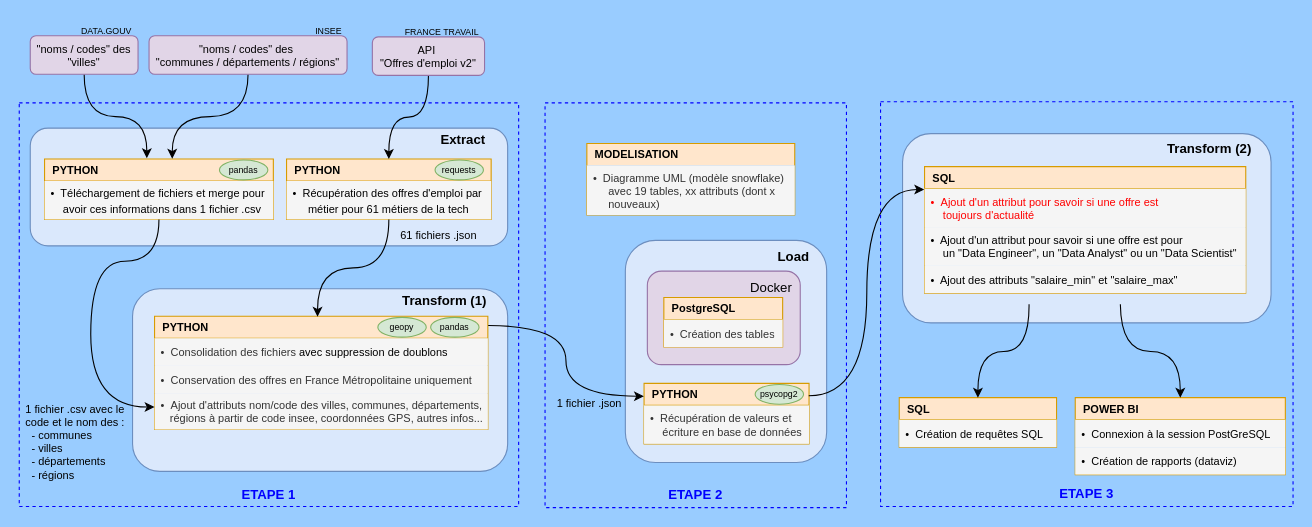
Earlier version of the draw.io diagram workflow.drawio (vimchun/Job-Market-in-France). Source tidied: cells renumbered, new cells numbered last; positions are measured from the earlier drawing's top-left corner, leaving out a move shared by most shapes. Both pictures are drawn from the tidied source at 110%, with x=0, y=0 at pixel (19, 19).
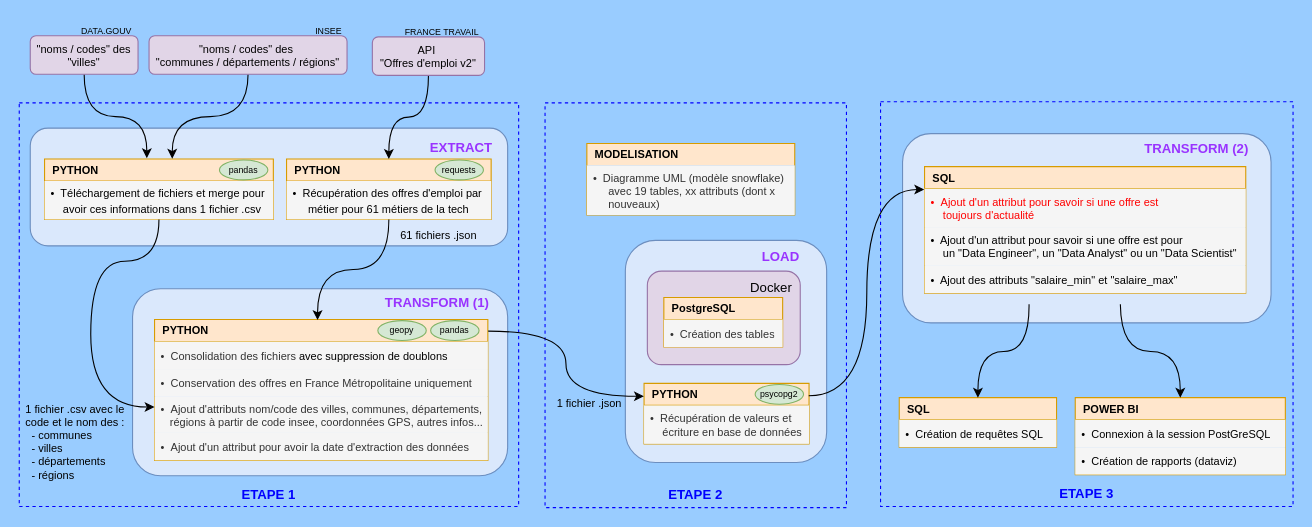
After the change.

Commit message (it also covers changes not shown here):
mise à jour du script sql, du diagramme uml, et du projet Power BI pour avoir la date d'extraction des données

Change to the diagram source:
```diff
@@
-    <mxCell id="3" value="&amp;nbsp; &amp;nbsp; &amp;nbsp; &amp;nbsp; &amp;nbsp; &amp;nbsp; &amp;nbsp; &amp;nbsp; &amp;nbsp; &amp;nbsp; &amp;nbsp; &amp;nbsp; &amp;nbsp; &amp;nbsp; &amp;nbsp; &amp;nbsp; &amp;nbsp; &amp;nbsp; &amp;nbsp;&lt;b&gt;Load&lt;/b&gt;&lt;div&gt;&lt;br&gt;&lt;/div&gt;&lt;div&gt;&lt;br&gt;&lt;/div&gt;&lt;div&gt;&lt;br&gt;&lt;/div&gt;&lt;div&gt;&lt;br&gt;&lt;/div&gt;&lt;div&gt;&lt;br&gt;&lt;/div&gt;&lt;div&gt;&lt;br&gt;&lt;/div&gt;&lt;div&gt;&lt;br&gt;&lt;/div&gt;&lt;div&gt;&lt;br&gt;&lt;/div&gt;&lt;div&gt;&lt;br&gt;&lt;/div&gt;&lt;div&gt;&lt;br&gt;&lt;/div&gt;&lt;div&gt;&lt;br&gt;&lt;/div&gt;&lt;div&gt;&lt;br&gt;&lt;/div&gt;" style="rounded=1;whiteSpace=wrap;html=1;fillColor=#dae8fc;strokeColor=#6c8ebf;" parent="1" vertex="1">
+    <mxCell id="3" value="&lt;font style=&quot;color: rgb(153, 51, 255);&quot;&gt;&amp;nbsp; &amp;nbsp; &amp;nbsp; &amp;nbsp; &amp;nbsp; &amp;nbsp; &amp;nbsp; &amp;nbsp; &amp;nbsp; &amp;nbsp; &amp;nbsp; &amp;nbsp; &amp;nbsp; &amp;nbsp; &amp;nbsp; &lt;b&gt;LOAD&lt;/b&gt;&lt;/font&gt;&lt;div&gt;&lt;font style=&quot;color: rgb(153, 51, 255);&quot;&gt;&lt;br&gt;&lt;/font&gt;&lt;/div&gt;&lt;div&gt;&lt;font style=&quot;color: rgb(153, 51, 255);&quot;&gt;&lt;br&gt;&lt;/font&gt;&lt;/div&gt;&lt;div&gt;&lt;font style=&quot;color: rgb(153, 51, 255);&quot;&gt;&lt;br&gt;&lt;/font&gt;&lt;/div&gt;&lt;div&gt;&lt;font style=&quot;color: rgb(153, 51, 255);&quot;&gt;&lt;br&gt;&lt;/font&gt;&lt;/div&gt;&lt;div&gt;&lt;font style=&quot;color: rgb(153, 51, 255);&quot;&gt;&lt;br&gt;&lt;/font&gt;&lt;/div&gt;&lt;div&gt;&lt;font style=&quot;color: rgb(153, 51, 255);&quot;&gt;&lt;br&gt;&lt;/font&gt;&lt;/div&gt;&lt;div&gt;&lt;font style=&quot;color: rgb(153, 51, 255);&quot;&gt;&lt;br&gt;&lt;/font&gt;&lt;/div&gt;&lt;div&gt;&lt;font style=&quot;color: rgb(153, 51, 255);&quot;&gt;&lt;br&gt;&lt;/font&gt;&lt;/div&gt;&lt;div&gt;&lt;font style=&quot;color: rgb(153, 51, 255);&quot;&gt;&lt;br&gt;&lt;/font&gt;&lt;/div&gt;&lt;div&gt;&lt;font style=&quot;color: rgb(153, 51, 255);&quot;&gt;&lt;br&gt;&lt;/font&gt;&lt;/div&gt;&lt;div&gt;&lt;font style=&quot;color: rgb(153, 51, 255);&quot;&gt;&lt;br&gt;&lt;/font&gt;&lt;/div&gt;&lt;div&gt;&lt;br&gt;&lt;/div&gt;" style="rounded=1;whiteSpace=wrap;html=1;fillColor=#dae8fc;strokeColor=#6c8ebf;" parent="1" vertex="1">
       <mxGeometry x="551" y="201" width="183" height="202" as="geometry" />
     </mxCell>
@@
-    <mxCell id="6" value="&lt;div&gt;&lt;br&gt;&lt;/div&gt;&amp;nbsp; &amp;nbsp; &amp;nbsp; &amp;nbsp; &amp;nbsp; &amp;nbsp; &amp;nbsp; &amp;nbsp; &amp;nbsp; &amp;nbsp; &amp;nbsp; &amp;nbsp; &amp;nbsp; &amp;nbsp; &amp;nbsp; &amp;nbsp; &amp;nbsp; &amp;nbsp; &amp;nbsp; &amp;nbsp; &amp;nbsp; &amp;nbsp; &amp;nbsp; &amp;nbsp; &amp;nbsp; &amp;nbsp; &amp;nbsp; &amp;nbsp; &amp;nbsp; &amp;nbsp; &amp;nbsp; &amp;nbsp; &amp;nbsp; &amp;nbsp; &lt;b&gt;Transform (1)&lt;/b&gt;&lt;div&gt;&lt;br&gt;&lt;/div&gt;&lt;div&gt;&lt;br&gt;&lt;/div&gt;&lt;div&gt;&lt;br&gt;&lt;/div&gt;&lt;div&gt;&lt;br&gt;&lt;/div&gt;&lt;div&gt;&lt;br&gt;&lt;/div&gt;&lt;div&gt;&lt;br&gt;&lt;/div&gt;&lt;div&gt;&lt;br&gt;&lt;/div&gt;&lt;div&gt;&lt;br&gt;&lt;/div&gt;&lt;div&gt;&lt;br&gt;&lt;/div&gt;&lt;div&gt;&lt;br&gt;&lt;/div&gt;&lt;div&gt;&lt;br&gt;&lt;/div&gt;" style="rounded=1;whiteSpace=wrap;html=1;fillColor=#dae8fc;strokeColor=#6c8ebf;" parent="1" vertex="1">
-      <mxGeometry x="103" y="245" width="341" height="166" as="geometry" />
+    <mxCell id="6" value="&lt;div&gt;&lt;font style=&quot;color: rgb(153, 51, 255);&quot;&gt;&lt;br&gt;&lt;/font&gt;&lt;/div&gt;&lt;font style=&quot;color: rgb(153, 51, 255);&quot;&gt;&amp;nbsp; &amp;nbsp; &amp;nbsp; &amp;nbsp; &amp;nbsp; &amp;nbsp; &amp;nbsp; &amp;nbsp; &amp;nbsp; &amp;nbsp; &amp;nbsp; &amp;nbsp; &amp;nbsp; &amp;nbsp; &amp;nbsp; &amp;nbsp; &amp;nbsp; &amp;nbsp; &amp;nbsp; &amp;nbsp; &amp;nbsp; &amp;nbsp; &amp;nbsp; &amp;nbsp; &amp;nbsp; &amp;nbsp; &amp;nbsp; &amp;nbsp; &amp;nbsp; &amp;nbsp; &amp;nbsp; &amp;nbsp; &lt;b&gt;TRANSFORM (1)&lt;/b&gt;&lt;/font&gt;&lt;div&gt;&lt;font style=&quot;color: rgb(153, 51, 255);&quot;&gt;&lt;br&gt;&lt;/font&gt;&lt;/div&gt;&lt;div&gt;&lt;font style=&quot;color: rgb(153, 51, 255);&quot;&gt;&lt;br&gt;&lt;/font&gt;&lt;/div&gt;&lt;div&gt;&lt;font style=&quot;color: rgb(153, 51, 255);&quot;&gt;&lt;br&gt;&lt;/font&gt;&lt;/div&gt;&lt;div&gt;&lt;font style=&quot;color: rgb(153, 51, 255);&quot;&gt;&lt;br&gt;&lt;/font&gt;&lt;/div&gt;&lt;div&gt;&lt;font style=&quot;color: rgb(153, 51, 255);&quot;&gt;&lt;br&gt;&lt;/font&gt;&lt;/div&gt;&lt;div&gt;&lt;font style=&quot;color: rgb(153, 51, 255);&quot;&gt;&lt;br&gt;&lt;/font&gt;&lt;/div&gt;&lt;div&gt;&lt;font style=&quot;color: rgb(153, 51, 255);&quot;&gt;&lt;br&gt;&lt;/font&gt;&lt;/div&gt;&lt;div&gt;&lt;font style=&quot;color: rgb(153, 51, 255);&quot;&gt;&lt;br&gt;&lt;/font&gt;&lt;/div&gt;&lt;div&gt;&lt;font style=&quot;color: rgb(153, 51, 255);&quot;&gt;&lt;br&gt;&lt;/font&gt;&lt;/div&gt;&lt;div&gt;&lt;font style=&quot;color: rgb(153, 51, 255);&quot;&gt;&lt;br&gt;&lt;/font&gt;&lt;/div&gt;&lt;div&gt;&lt;br&gt;&lt;/div&gt;" style="rounded=1;whiteSpace=wrap;html=1;fillColor=#dae8fc;strokeColor=#6c8ebf;" parent="1" vertex="1">
+      <mxGeometry x="103" y="245" width="341" height="170" as="geometry" />
     </mxCell>
-    <mxCell id="7" value="&amp;nbsp; &amp;nbsp; &amp;nbsp; &amp;nbsp; &amp;nbsp; &amp;nbsp; &amp;nbsp; &amp;nbsp; &amp;nbsp; &amp;nbsp; &amp;nbsp; &amp;nbsp; &amp;nbsp; &amp;nbsp; &amp;nbsp; &amp;nbsp; &amp;nbsp; &amp;nbsp; &amp;nbsp; &amp;nbsp; &amp;nbsp; &amp;nbsp; &amp;nbsp; &amp;nbsp; &amp;nbsp; &amp;nbsp; &amp;nbsp; &amp;nbsp; &amp;nbsp; &amp;nbsp; &amp;nbsp; &amp;nbsp; &amp;nbsp; &amp;nbsp; &amp;nbsp; &amp;nbsp; &amp;nbsp; &amp;nbsp; &amp;nbsp; &amp;nbsp; &amp;nbsp; &amp;nbsp; &amp;nbsp; &amp;nbsp; &amp;nbsp; &amp;nbsp; &amp;nbsp; &amp;nbsp; &amp;nbsp; &amp;nbsp; &amp;nbsp; &amp;nbsp; &amp;nbsp;&amp;nbsp;&lt;b&gt;Extract&lt;/b&gt;&lt;div&gt;&lt;br&gt;&lt;/div&gt;&lt;div&gt;&lt;br&gt;&lt;/div&gt;&lt;div&gt;&lt;br&gt;&lt;/div&gt;&lt;div&gt;&lt;br&gt;&lt;/div&gt;&lt;div&gt;&lt;br&gt;&lt;/div&gt;&lt;div&gt;&lt;br&gt;&lt;/div&gt;" style="rounded=1;whiteSpace=wrap;html=1;fillColor=#dae8fc;strokeColor=#6c8ebf;" parent="1" vertex="1">
+    <mxCell id="7" value="&amp;nbsp; &amp;nbsp; &amp;nbsp; &amp;nbsp; &amp;nbsp; &amp;nbsp; &amp;nbsp; &amp;nbsp; &amp;nbsp; &amp;nbsp; &amp;nbsp; &amp;nbsp; &amp;nbsp; &amp;nbsp; &amp;nbsp; &amp;nbsp; &amp;nbsp; &amp;nbsp; &amp;nbsp; &amp;nbsp; &amp;nbsp; &amp;nbsp; &amp;nbsp; &amp;nbsp; &amp;nbsp; &amp;nbsp; &amp;nbsp; &amp;nbsp; &amp;nbsp; &amp;nbsp; &amp;nbsp; &amp;nbsp; &amp;nbsp; &amp;nbsp; &amp;nbsp; &amp;nbsp; &amp;nbsp; &amp;nbsp; &amp;nbsp; &amp;nbsp; &amp;nbsp; &amp;nbsp; &amp;nbsp; &amp;nbsp; &amp;nbsp; &amp;nbsp; &amp;nbsp; &amp;nbsp; &amp;nbsp; &amp;nbsp; &amp;nbsp; &amp;nbsp;&amp;nbsp;&lt;div&gt;&amp;nbsp; &amp;nbsp; &amp;nbsp; &amp;nbsp; &amp;nbsp; &amp;nbsp; &amp;nbsp; &amp;nbsp; &amp;nbsp; &amp;nbsp; &amp;nbsp; &amp;nbsp; &amp;nbsp; &amp;nbsp; &amp;nbsp; &amp;nbsp; &amp;nbsp; &amp;nbsp; &amp;nbsp; &amp;nbsp; &amp;nbsp; &amp;nbsp; &amp;nbsp; &amp;nbsp; &amp;nbsp; &amp;nbsp; &amp;nbsp; &amp;nbsp; &amp;nbsp; &amp;nbsp; &amp;nbsp; &amp;nbsp; &amp;nbsp; &amp;nbsp; &amp;nbsp; &amp;nbsp; &amp;nbsp; &amp;nbsp; &amp;nbsp; &amp;nbsp; &amp;nbsp; &amp;nbsp; &amp;nbsp; &amp;nbsp; &amp;nbsp; &amp;nbsp; &amp;nbsp; &amp;nbsp; &amp;nbsp; &amp;nbsp; &amp;nbsp; &amp;nbsp; &amp;nbsp;&lt;b&gt;&lt;font style=&quot;color: rgb(153, 51, 255);&quot;&gt;EXTRACT&lt;/font&gt;&lt;/b&gt;&lt;div&gt;&lt;br&gt;&lt;/div&gt;&lt;div&gt;&lt;br&gt;&lt;/div&gt;&lt;div&gt;&lt;br&gt;&lt;/div&gt;&lt;div&gt;&lt;br&gt;&lt;/div&gt;&lt;div&gt;&lt;br&gt;&lt;/div&gt;&lt;div&gt;&lt;br&gt;&lt;/div&gt;&lt;/div&gt;" style="rounded=1;whiteSpace=wrap;html=1;fillColor=#dae8fc;strokeColor=#6c8ebf;" parent="1" vertex="1">
       <mxGeometry x="10" y="99" width="434" height="107" as="geometry" />
     </mxCell>
@@
     <mxCell id="16" value="&lt;b&gt;&lt;font style=&quot;font-size: 10px;&quot;&gt;&amp;nbsp; PYTHON&lt;/font&gt;&lt;/b&gt;" style="swimlane;fontStyle=0;horizontal=1;startSize=20;whiteSpace=wrap;html=1;fillColor=#ffe6cc;strokeColor=#d79b00;rounded=0;align=left;shadow=0;glass=0;verticalAlign=middle;fontFamily=Helvetica;fontSize=12;" parent="1" vertex="1">
-      <mxGeometry x="123" y="270" width="303" height="103" as="geometry" />
+      <mxGeometry x="123" y="273" width="303" height="128" as="geometry" />
     </mxCell>
@@
+    <mxCell id="56" value="•&amp;nbsp;&amp;nbsp;Ajout d'un attribut pour avoir la date d'extraction des données&amp;nbsp;" style="text;strokeColor=none;fillColor=#f5f5f5;align=left;verticalAlign=middle;spacingLeft=4;spacingRight=4;overflow=hidden;whiteSpace=wrap;html=1;fontFamily=Helvetica;fontSize=10;fontColor=#333333;fontStyle=0;" parent="16" vertex="1">
+      <mxGeometry y="103" width="303" height="25" as="geometry" />
+    </mxCell>
@@
     <mxCell id="27" value="pandas" style="ellipse;whiteSpace=wrap;html=1;fontSize=8;fillColor=#d5e8d4;strokeColor=#82b366;" parent="1" vertex="1">
-      <mxGeometry x="374" y="271" width="44" height="18" as="geometry" />
+      <mxGeometry x="374" y="274" width="44" height="18" as="geometry" />
     </mxCell>
@@
     <mxCell id="40" value="geopy" style="ellipse;whiteSpace=wrap;html=1;fontSize=8;fillColor=#d5e8d4;strokeColor=#82b366;" parent="1" vertex="1">
-      <mxGeometry x="326" y="271" width="44" height="18" as="geometry" />
+      <mxGeometry x="326" y="274" width="44" height="18" as="geometry" />
     </mxCell>
@@
-    <mxCell id="45" value="&lt;div&gt;&lt;span style=&quot;background-color: transparent; color: light-dark(rgb(0, 0, 0), rgb(255, 255, 255));&quot;&gt;&amp;nbsp; &amp;nbsp; &amp;nbsp; &amp;nbsp; &amp;nbsp; &amp;nbsp; &amp;nbsp; &amp;nbsp; &amp;nbsp; &amp;nbsp; &amp;nbsp; &amp;nbsp; &amp;nbsp; &amp;nbsp; &amp;nbsp; &amp;nbsp; &amp;nbsp; &amp;nbsp; &amp;nbsp; &amp;nbsp; &amp;nbsp; &amp;nbsp; &amp;nbsp; &amp;nbsp; &amp;nbsp; &amp;nbsp; &amp;nbsp; &amp;nbsp; &amp;nbsp; &amp;nbsp; &amp;nbsp; &amp;nbsp; &amp;nbsp; &amp;nbsp;&lt;/span&gt;&lt;b style=&quot;background-color: transparent; color: light-dark(rgb(0, 0, 0), rgb(255, 255, 255));&quot;&gt;Transform (2)&lt;/b&gt;&lt;/div&gt;&lt;div&gt;&lt;b style=&quot;background-color: transparent; color: light-dark(rgb(0, 0, 0), rgb(255, 255, 255));&quot;&gt;&lt;br&gt;&lt;/b&gt;&lt;/div&gt;&lt;div&gt;&lt;b style=&quot;background-color: transparent; color: light-dark(rgb(0, 0, 0), rgb(255, 255, 255));&quot;&gt;&lt;br&gt;&lt;/b&gt;&lt;/div&gt;&lt;div&gt;&lt;b style=&quot;background-color: transparent; color: light-dark(rgb(0, 0, 0), rgb(255, 255, 255));&quot;&gt;&lt;br&gt;&lt;/b&gt;&lt;/div&gt;&lt;div&gt;&lt;b style=&quot;background-color: transparent; color: light-dark(rgb(0, 0, 0), rgb(255, 255, 255));&quot;&gt;&lt;br&gt;&lt;/b&gt;&lt;/div&gt;&lt;div&gt;&lt;b style=&quot;background-color: transparent; color: light-dark(rgb(0, 0, 0), rgb(255, 255, 255));&quot;&gt;&lt;br&gt;&lt;/b&gt;&lt;/div&gt;&lt;div&gt;&lt;b style=&quot;background-color: transparent; color: light-dark(rgb(0, 0, 0), rgb(255, 255, 255));&quot;&gt;&lt;br&gt;&lt;/b&gt;&lt;/div&gt;&lt;div&gt;&lt;b style=&quot;background-color: transparent; color: light-dark(rgb(0, 0, 0), rgb(255, 255, 255));&quot;&gt;&lt;br&gt;&lt;/b&gt;&lt;/div&gt;&lt;div&gt;&lt;b style=&quot;background-color: transparent; color: light-dark(rgb(0, 0, 0), rgb(255, 255, 255));&quot;&gt;&lt;br&gt;&lt;/b&gt;&lt;/div&gt;&lt;div&gt;&lt;b style=&quot;background-color: transparent; color: light-dark(rgb(0, 0, 0), rgb(255, 255, 255));&quot;&gt;&lt;br&gt;&lt;/b&gt;&lt;/div&gt;&lt;div&gt;&lt;b style=&quot;background-color: transparent; color: light-dark(rgb(0, 0, 0), rgb(255, 255, 255));&quot;&gt;&lt;br&gt;&lt;/b&gt;&lt;/div&gt;" style="rounded=1;whiteSpace=wrap;html=1;fillColor=#dae8fc;strokeColor=#6c8ebf;" parent="1" vertex="1">
+    <mxCell id="45" value="&lt;div&gt;&lt;font style=&quot;color: rgb(153, 51, 255);&quot;&gt;&lt;span style=&quot;background-color: transparent;&quot;&gt;&amp;nbsp; &amp;nbsp; &amp;nbsp; &amp;nbsp; &amp;nbsp; &amp;nbsp; &amp;nbsp; &amp;nbsp; &amp;nbsp; &amp;nbsp; &amp;nbsp; &amp;nbsp; &amp;nbsp; &amp;nbsp; &amp;nbsp; &amp;nbsp; &amp;nbsp; &amp;nbsp; &amp;nbsp; &amp;nbsp; &amp;nbsp;&amp;nbsp;&lt;/span&gt;&lt;/font&gt;&lt;span style=&quot;color: light-dark(rgb(153, 51, 255), rgb(218, 131, 255)); background-color: transparent;&quot;&gt;&amp;nbsp; &amp;nbsp; &amp;nbsp; &amp;nbsp; &amp;nbsp; &amp;nbsp; &amp;nbsp; &amp;nbsp; &amp;nbsp;&amp;nbsp;&lt;/span&gt;&lt;b style=&quot;color: light-dark(rgb(153, 51, 255), rgb(218, 131, 255)); background-color: transparent;&quot;&gt;TRANSFORM (2)&lt;/b&gt;&lt;/div&gt;&lt;div&gt;&lt;b style=&quot;background-color: transparent;&quot;&gt;&lt;font style=&quot;color: rgb(153, 51, 255);&quot;&gt;&lt;br&gt;&lt;/font&gt;&lt;/b&gt;&lt;/div&gt;&lt;div&gt;&lt;b style=&quot;background-color: transparent;&quot;&gt;&lt;font style=&quot;color: rgb(153, 51, 255);&quot;&gt;&lt;br&gt;&lt;/font&gt;&lt;/b&gt;&lt;/div&gt;&lt;div&gt;&lt;b style=&quot;background-color: transparent;&quot;&gt;&lt;font style=&quot;color: rgb(153, 51, 255);&quot;&gt;&lt;br&gt;&lt;/font&gt;&lt;/b&gt;&lt;/div&gt;&lt;div&gt;&lt;b style=&quot;background-color: transparent;&quot;&gt;&lt;font style=&quot;color: rgb(153, 51, 255);&quot;&gt;&lt;br&gt;&lt;/font&gt;&lt;/b&gt;&lt;/div&gt;&lt;div&gt;&lt;b style=&quot;background-color: transparent;&quot;&gt;&lt;font style=&quot;color: rgb(153, 51, 255);&quot;&gt;&lt;br&gt;&lt;/font&gt;&lt;/b&gt;&lt;/div&gt;&lt;div&gt;&lt;b style=&quot;background-color: transparent;&quot;&gt;&lt;font style=&quot;color: rgb(153, 51, 255);&quot;&gt;&lt;br&gt;&lt;/font&gt;&lt;/b&gt;&lt;/div&gt;&lt;div&gt;&lt;b style=&quot;background-color: transparent;&quot;&gt;&lt;font style=&quot;color: rgb(153, 51, 255);&quot;&gt;&lt;br&gt;&lt;/font&gt;&lt;/b&gt;&lt;/div&gt;&lt;div&gt;&lt;b style=&quot;background-color: transparent;&quot;&gt;&lt;font style=&quot;color: rgb(153, 51, 255);&quot;&gt;&lt;br&gt;&lt;/font&gt;&lt;/b&gt;&lt;/div&gt;&lt;div&gt;&lt;b style=&quot;background-color: transparent;&quot;&gt;&lt;font style=&quot;color: rgb(153, 51, 255);&quot;&gt;&lt;br&gt;&lt;/font&gt;&lt;/b&gt;&lt;/div&gt;&lt;div&gt;&lt;b style=&quot;background-color: transparent; color: light-dark(rgb(0, 0, 0), rgb(255, 255, 255));&quot;&gt;&lt;br&gt;&lt;/b&gt;&lt;/div&gt;" style="rounded=1;whiteSpace=wrap;html=1;fillColor=#dae8fc;strokeColor=#6c8ebf;" parent="1" vertex="1">
       <mxGeometry x="803" y="104" width="335" height="172" as="geometry" />
     </mxCell>
```
